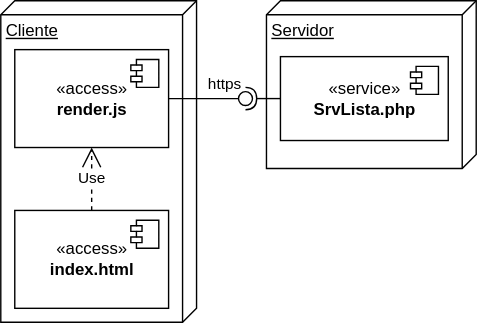
Earlier version of the draw.io export img/m11renderCliente/renclientedistribucion.drawio.svg (gilpgawoas/gilpgawoas.github.io). Source tidied: cells renumbered, new cells last; positions are measured from the earlier drawing's top-left corner, leaving out a move shared by most shapes.
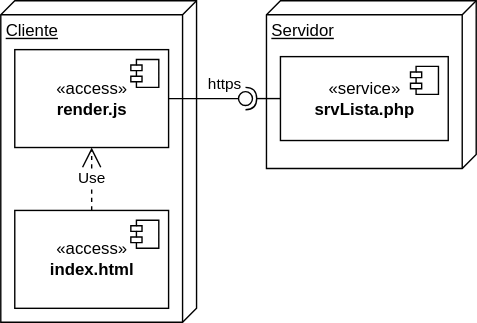
Later version of the same file.

What changed in the source:
```diff
@@ -16,7 +16,7 @@
     <mxCell id="5" value="Servidor" style="verticalAlign=top;align=left;spacingTop=8;spacingLeft=2;spacingRight=12;shape=cube;size=10;direction=south;fontStyle=4;html=1;" parent="1" vertex="1">
       <mxGeometry x="190" width="150" height="120" as="geometry" />
     </mxCell>
-    <mxCell id="6" value="«service»&lt;br&gt;&lt;b&gt;SrvLista.php&lt;/b&gt;" style="html=1;" parent="1" vertex="1">
+    <mxCell id="6" value="«service»&lt;br&gt;&lt;b&gt;srvLista.php&lt;/b&gt;" style="html=1;" parent="1" vertex="1">
       <mxGeometry x="200" y="40" width="120" height="60" as="geometry" />
     </mxCell>
     <mxCell id="7" style="shape=module;jettyWidth=8;jettyHeight=4;" parent="6" vertex="1">
```
